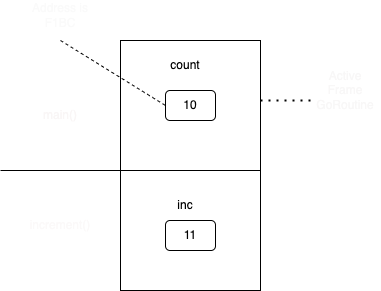
The draw.io diagram golang/images/stack_heap.drawio.png in PrasannaAdiga/tech-notes, before a commit. Source tidied: cells renumbered, new cells last; positions are measured from the earlier drawing's top-left corner, leaving out a move shared by most shapes. The source it was exported from:
```xml
<mxGraphModel>
  <root>
    <mxCell id="0" />
    <mxCell id="1" parent="0" />
    <mxCell id="2" style="rounded=0;whiteSpace=wrap;html=1;" parent="1" vertex="1">
      <mxGeometry x="120" y="40" width="140" height="250" as="geometry" />
    </mxCell>
    <mxCell id="3" style="rounded=0;whiteSpace=wrap;html=1;" parent="1" vertex="1">
      <mxGeometry x="120" y="40" width="140" height="130" as="geometry" />
    </mxCell>
    <mxCell id="4" value="main()" style="text;html=1;strokeColor=none;fillColor=none;align=center;verticalAlign=middle;whiteSpace=wrap;rounded=0;fontColor=#f9f6f6;labelBackgroundColor=none;" parent="1" vertex="1">
      <mxGeometry x="30" y="100" width="60" height="30" as="geometry" />
    </mxCell>
    <mxCell id="5" value="increment()" style="text;html=1;strokeColor=none;fillColor=none;align=center;verticalAlign=middle;whiteSpace=wrap;rounded=0;fontColor=#fbf9f9;" parent="1" vertex="1">
      <mxGeometry x="15" y="210" width="90" height="30" as="geometry" />
    </mxCell>
    <mxCell id="6" value="10" style="rounded=1;whiteSpace=wrap;html=1;" parent="1" vertex="1">
      <mxGeometry x="165" y="90" width="50" height="30" as="geometry" />
    </mxCell>
    <mxCell id="7" value="11" style="rounded=1;whiteSpace=wrap;html=1;" parent="1" vertex="1">
      <mxGeometry x="165" y="220" width="50" height="30" as="geometry" />
    </mxCell>
    <mxCell id="8" value="count" style="text;html=1;strokeColor=none;fillColor=none;align=center;verticalAlign=middle;whiteSpace=wrap;rounded=0;" parent="1" vertex="1">
      <mxGeometry x="155" y="50" width="60" height="30" as="geometry" />
    </mxCell>
    <mxCell id="9" value="inc" style="text;html=1;strokeColor=none;fillColor=none;align=center;verticalAlign=middle;whiteSpace=wrap;rounded=0;" parent="1" vertex="1">
      <mxGeometry x="155" y="190" width="60" height="30" as="geometry" />
    </mxCell>
    <mxCell id="10" style="endArrow=none;dashed=1;html=1;entryX=0;entryY=0.5;entryDx=0;entryDy=0;labelBackgroundColor=none;fontColor=#f0efef;" parent="1" edge="1" target="6">
      <mxGeometry relative="1" as="geometry">
        <mxPoint x="60" y="40" as="sourcePoint" />
      </mxGeometry>
    </mxCell>
    <mxCell id="11" value="Address is&lt;br&gt;F1BC" style="text;html=1;align=center;verticalAlign=middle;whiteSpace=wrap;rounded=0;labelBackgroundColor=none;fontColor=#fafafa;" parent="1" vertex="1">
      <mxGeometry x="30" width="60" height="30" as="geometry" />
    </mxCell>
    <mxCell id="12" value="Active Frame&lt;br&gt;GoRoutine" style="text;html=1;strokeColor=none;fillColor=none;align=center;verticalAlign=middle;whiteSpace=wrap;rounded=0;fontColor=#f8f7f7;" parent="1" vertex="1">
      <mxGeometry x="310" y="70" width="70" height="40" as="geometry" />
    </mxCell>
    <mxCell id="13" style="endArrow=none;dashed=1;html=1;dashPattern=1 3;strokeWidth=2;entryX=0;entryY=0.75;entryDx=0;entryDy=0;labelBackgroundColor=none;fontColor=#f5f5f5;" parent="1" edge="1" target="12">
      <mxGeometry relative="1" as="geometry">
        <mxPoint x="260" y="100" as="sourcePoint" />
      </mxGeometry>
    </mxCell>
    <mxCell id="14" style="endArrow=none;html=1;fontColor=#f9f6f6;labelBackgroundColor=none;" parent="1" edge="1">
      <mxGeometry relative="1" as="geometry">
        <mxPoint y="170" as="sourcePoint" />
        <mxPoint x="120" y="170" as="targetPoint" />
      </mxGeometry>
    </mxCell>
  </root>
</mxGraphModel>
```
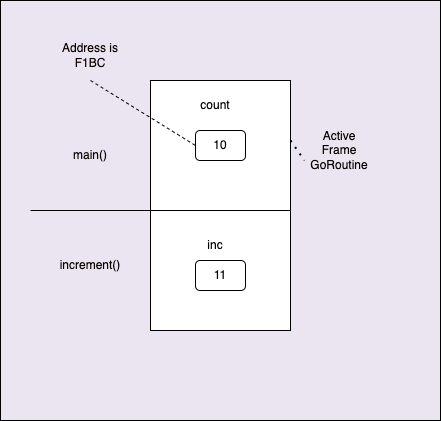
Above is the later version.

The edit, as a diff of the source:
```diff
@@ -2,16 +2,19 @@
   <root>
     <mxCell id="0" />
     <mxCell id="1" parent="0" />
+    <mxCell id="15" style="rounded=0;whiteSpace=wrap;html=1;fillColor=#eae5f0;" parent="1" vertex="1">
+      <mxGeometry x="-30" y="-40" width="440" height="420" as="geometry" />
+    </mxCell>
     <mxCell id="2" style="rounded=0;whiteSpace=wrap;html=1;" parent="1" vertex="1">
       <mxGeometry x="120" y="40" width="140" height="250" as="geometry" />
     </mxCell>
     <mxCell id="3" style="rounded=0;whiteSpace=wrap;html=1;" parent="1" vertex="1">
       <mxGeometry x="120" y="40" width="140" height="130" as="geometry" />
     </mxCell>
-    <mxCell id="4" value="main()" style="text;html=1;strokeColor=none;fillColor=none;align=center;verticalAlign=middle;whiteSpace=wrap;rounded=0;fontColor=#f9f6f6;labelBackgroundColor=none;" parent="1" vertex="1">
+    <mxCell id="4" value="main()" style="text;html=1;strokeColor=none;fillColor=none;align=center;verticalAlign=middle;whiteSpace=wrap;rounded=0;fontColor=#0a0000;labelBackgroundColor=none;" parent="1" vertex="1">
       <mxGeometry x="30" y="100" width="60" height="30" as="geometry" />
     </mxCell>
-    <mxCell id="5" value="increment()" style="text;html=1;strokeColor=none;fillColor=none;align=center;verticalAlign=middle;whiteSpace=wrap;rounded=0;fontColor=#fbf9f9;" parent="1" vertex="1">
+    <mxCell id="5" value="increment()" style="text;html=1;strokeColor=none;fillColor=none;align=center;verticalAlign=middle;whiteSpace=wrap;rounded=0;fontColor=#0a0000;" parent="1" vertex="1">
       <mxGeometry x="15" y="210" width="90" height="30" as="geometry" />
     </mxCell>
     <mxCell id="6" value="10" style="rounded=1;whiteSpace=wrap;html=1;" parent="1" vertex="1">
@@ -26,23 +29,23 @@
     <mxCell id="9" value="inc" style="text;html=1;strokeColor=none;fillColor=none;align=center;verticalAlign=middle;whiteSpace=wrap;rounded=0;" parent="1" vertex="1">
       <mxGeometry x="155" y="190" width="60" height="30" as="geometry" />
     </mxCell>
-    <mxCell id="10" style="endArrow=none;dashed=1;html=1;entryX=0;entryY=0.5;entryDx=0;entryDy=0;labelBackgroundColor=none;fontColor=#f0efef;" parent="1" edge="1" target="6">
+    <mxCell id="10" style="endArrow=none;dashed=1;html=1;entryX=0;entryY=0.5;entryDx=0;entryDy=0;labelBackgroundColor=none;fontColor=#0a0000;" parent="1" edge="1" target="6">
       <mxGeometry relative="1" as="geometry">
         <mxPoint x="60" y="40" as="sourcePoint" />
       </mxGeometry>
     </mxCell>
-    <mxCell id="11" value="Address is&lt;br&gt;F1BC" style="text;html=1;align=center;verticalAlign=middle;whiteSpace=wrap;rounded=0;labelBackgroundColor=none;fontColor=#fafafa;" parent="1" vertex="1">
+    <mxCell id="11" value="Address is&lt;br&gt;F1BC" style="text;html=1;align=center;verticalAlign=middle;whiteSpace=wrap;rounded=0;labelBackgroundColor=none;fontColor=#0e0101;" parent="1" vertex="1">
       <mxGeometry x="30" width="60" height="30" as="geometry" />
     </mxCell>
-    <mxCell id="12" value="Active Frame&lt;br&gt;GoRoutine" style="text;html=1;strokeColor=none;fillColor=none;align=center;verticalAlign=middle;whiteSpace=wrap;rounded=0;fontColor=#f8f7f7;" parent="1" vertex="1">
-      <mxGeometry x="310" y="70" width="70" height="40" as="geometry" />
+    <mxCell id="12" value="Active Frame&lt;br&gt;GoRoutine" style="text;html=1;strokeColor=none;fillColor=none;align=center;verticalAlign=middle;whiteSpace=wrap;rounded=0;fontColor=#040101;" parent="1" vertex="1">
+      <mxGeometry x="274" y="90" width="70" height="40" as="geometry" />
     </mxCell>
     <mxCell id="13" style="endArrow=none;dashed=1;html=1;dashPattern=1 3;strokeWidth=2;entryX=0;entryY=0.75;entryDx=0;entryDy=0;labelBackgroundColor=none;fontColor=#f5f5f5;" parent="1" edge="1" target="12">
       <mxGeometry relative="1" as="geometry">
         <mxPoint x="260" y="100" as="sourcePoint" />
       </mxGeometry>
     </mxCell>
-    <mxCell id="14" style="endArrow=none;html=1;fontColor=#f9f6f6;labelBackgroundColor=none;" parent="1" edge="1">
+    <mxCell id="14" style="endArrow=none;html=1;fontColor=#0a0000;labelBackgroundColor=none;strokeColor=#050000;" parent="1" edge="1">
       <mxGeometry relative="1" as="geometry">
         <mxPoint y="170" as="sourcePoint" />
         <mxPoint x="120" y="170" as="targetPoint" />
```
